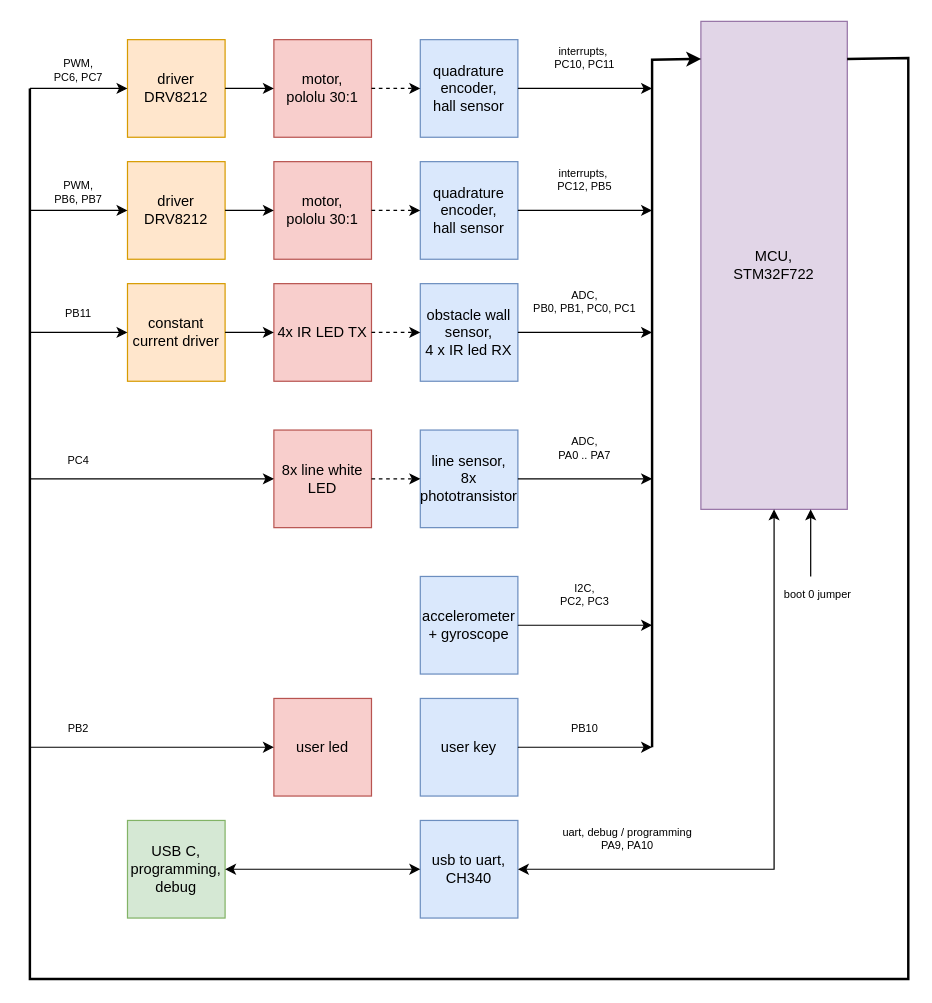
Before: page "block_dc" (1 of 2) of doc/diagrams/diagrams.drawio in michalnand/motoko_ice_dragon_x, a draw.io diagram. Source tidied: cells renumbered, new cells numbered last; positions are measured from the earlier drawing's top-left corner, leaving out a move shared by most shapes. Both pictures are drawn from the tidied source at 122%, with x=0, y=0 at pixel (29, 21).
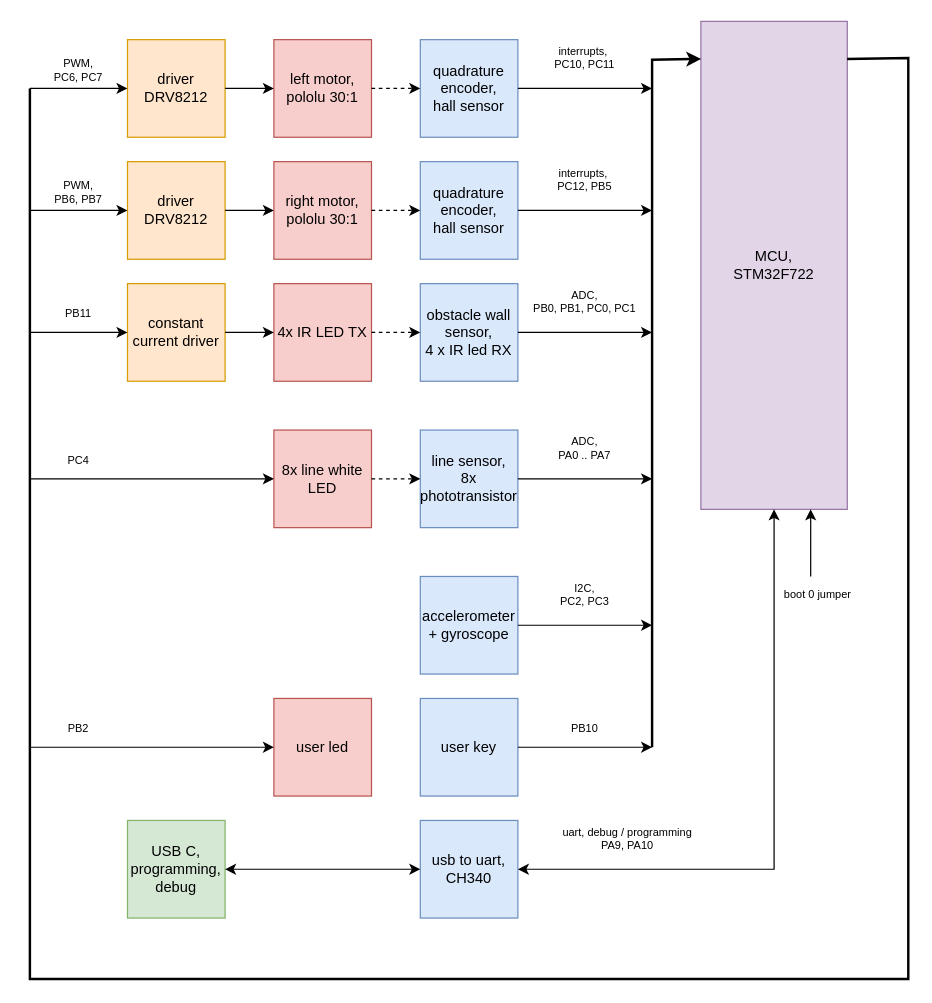
The same diagram, later.

What changed in the source:
```diff
@@
-    <mxCell id="4" value="motor,&lt;br&gt;pololu 30:1" style="whiteSpace=wrap;html=1;fillColor=#f8cecc;strokeColor=#b85450;" parent="1" vertex="1">
+    <mxCell id="4" value="left motor,&lt;br&gt;pololu 30:1" style="whiteSpace=wrap;html=1;fillColor=#f8cecc;strokeColor=#b85450;" parent="1" vertex="1">
       <mxGeometry x="200" y="15" width="80" height="80" as="geometry" />
     </mxCell>
@@
-    <mxCell id="9" value="motor,&lt;br&gt;pololu 30:1" style="whiteSpace=wrap;html=1;fillColor=#f8cecc;strokeColor=#b85450;" parent="1" vertex="1">
+    <mxCell id="9" value="right motor,&lt;br&gt;pololu 30:1" style="whiteSpace=wrap;html=1;fillColor=#f8cecc;strokeColor=#b85450;" parent="1" vertex="1">
       <mxGeometry x="200" y="115" width="80" height="80" as="geometry" />
     </mxCell>
```
